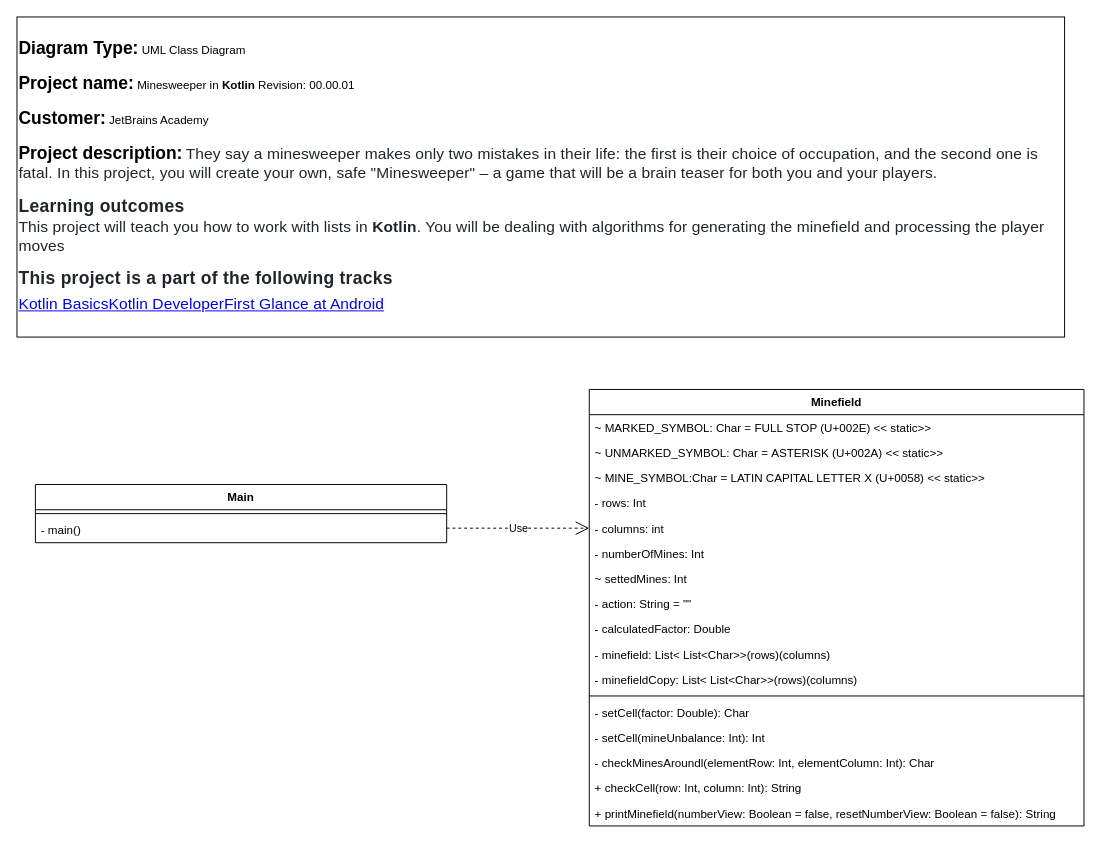
Before: minesweeper/UML/MinesweeperClassDiagram.drawio in AlbertoVictorRebello/academy.jetbrains.kotlinBasics, a draw.io diagram. Source tidied: cells renumbered, new cells numbered last; positions are measured from the earlier drawing's top-left corner, leaving out a move shared by most shapes. Both pictures are drawn from the tidied source at 97%, with x=0, y=0 at pixel (16, 16).
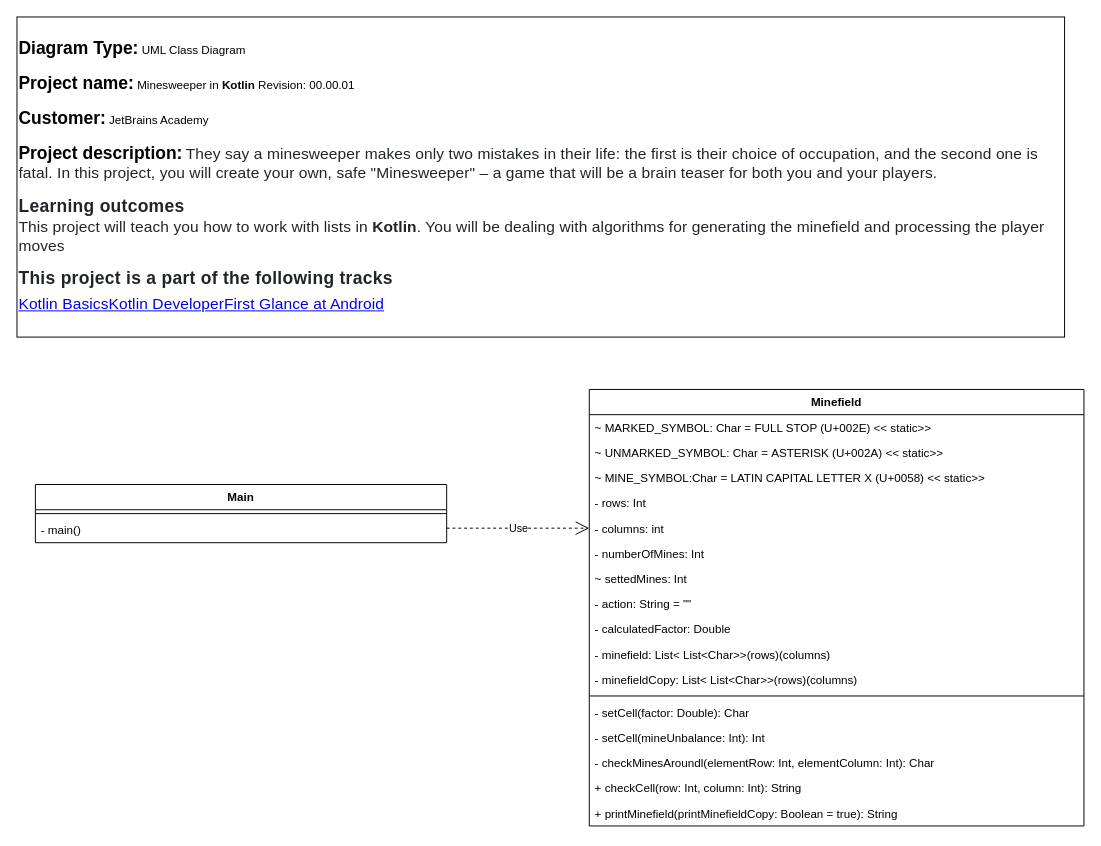
After the change.

The change refers to these unchanged cells:
```xml
<mxCell id="7" value="Minefield" style="swimlane;fontStyle=1;align=center;verticalAlign=top;horizontal=1;startSize=26;" parent="1" vertex="1">
  <mxGeometry x="590" y="384" width="510" height="450" as="geometry" />
</mxCell>
```

The edit, as a diff of the source:
```diff
@@
-    <mxCell id="24" value="+ printMinefield(numberView: Boolean = false, resetNumberView: Boolean = false): String" style="text;strokeColor=none;fillColor=none;align=left;verticalAlign=top;spacingLeft=4;spacingRight=4;overflow=hidden;" parent="7" vertex="1">
+    <mxCell id="24" value="+ printMinefield(printMinefieldCopy: Boolean = true): String" style="text;strokeColor=none;fillColor=none;align=left;verticalAlign=top;spacingLeft=4;spacingRight=4;overflow=hidden;" parent="7" vertex="1">
       <mxGeometry y="424" width="510" height="26" as="geometry" />
     </mxCell>
```
